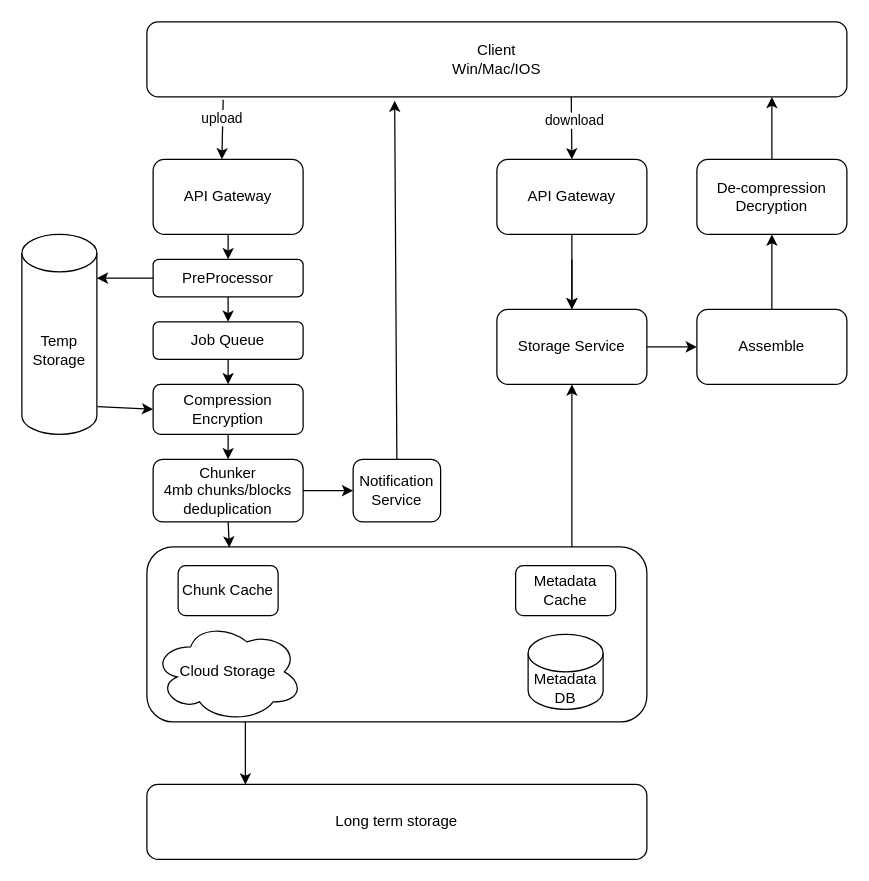
This is GoogleDrive.drawio from xwq172677170/SysdDiagram, a draw.io file, before an edit. Source tidied: cells renumbered, new cells numbered last; positions are measured from the earlier drawing's top-left corner, leaving out a move shared by most shapes. Both pictures are drawn from the tidied source at 125%, with x=0, y=0 at pixel (21, 21).
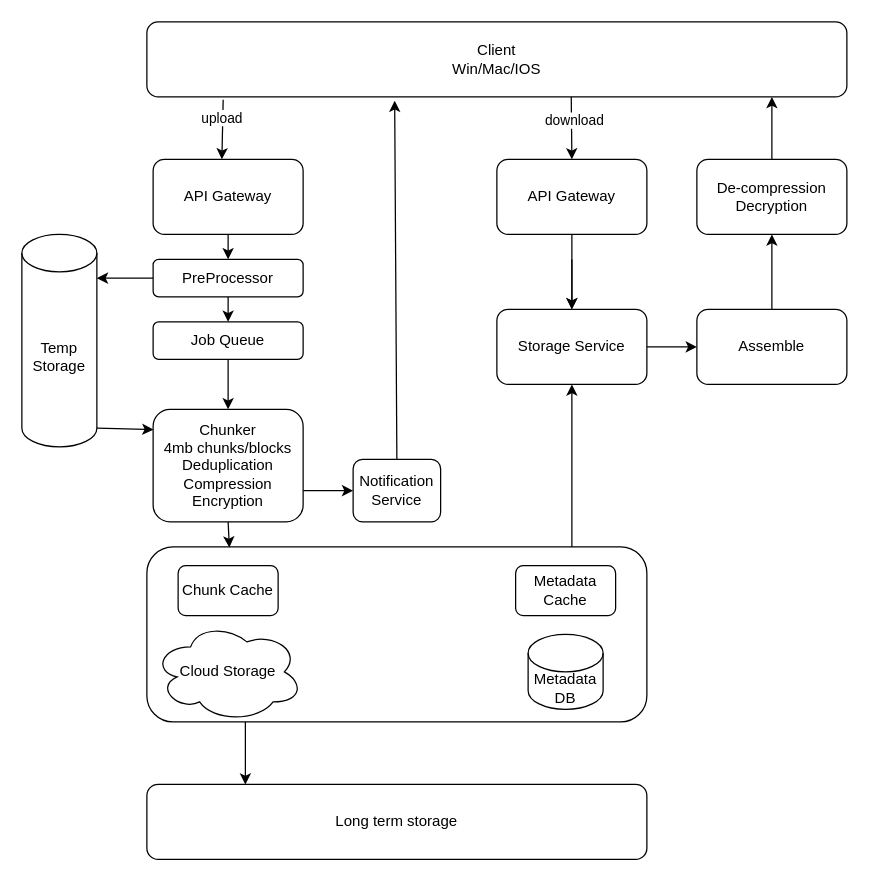
After the change.

The change refers to these unchanged cells:
```xml
<mxCell id="13" style="rounded=1;whiteSpace=wrap;html=1;" parent="1" vertex="1">
  <mxGeometry x="100" y="420" width="400" height="140" as="geometry" />
</mxCell>
<mxCell id="19" value="Notification Service" style="rounded=1;whiteSpace=wrap;html=1;" parent="1" vertex="1">
  <mxGeometry x="265" y="350" width="70" height="50" as="geometry" />
</mxCell>
```

Change to the diagram source:
```diff
@@
-    <mxCell id="6" value="Chunker&lt;br&gt;4mb chunks/blocks&lt;br&gt;deduplication" style="rounded=1;whiteSpace=wrap;html=1;" parent="1" vertex="1">
-      <mxGeometry x="105" y="350" width="120" height="50" as="geometry" />
-    </mxCell>
@@
-    <mxCell id="12" style="endArrow=classic;html=1;rounded=0;entryX=0.5;entryY=0;entryDx=0;entryDy=0;" parent="1" edge="1" source="33" target="6">
-      <mxGeometry relative="1" as="geometry" />
-    </mxCell>
@@
-    <mxCell id="16" style="endArrow=classic;html=1;rounded=0;exitX=0.5;exitY=1;exitDx=0;exitDy=0;entryX=0.165;entryY=0.004;entryDx=0;entryDy=0;entryPerimeter=0;" parent="1" edge="1" source="6" target="13">
-      <mxGeometry relative="1" as="geometry" />
+    <mxCell id="16" style="endArrow=classic;html=1;rounded=0;exitX=0.5;exitY=1;exitDx=0;exitDy=0;entryX=0.165;entryY=0.004;entryDx=0;entryDy=0;entryPerimeter=0;" parent="1" edge="1" target="13">
+      <mxGeometry relative="1" as="geometry">
+        <mxPoint x="165" y="400" as="sourcePoint" />
+      </mxGeometry>
     </mxCell>
@@
-    <mxCell id="20" style="endArrow=classic;html=1;rounded=0;exitX=1;exitY=0.5;exitDx=0;exitDy=0;entryX=0;entryY=0.5;entryDx=0;entryDy=0;" parent="1" edge="1" source="6" target="19">
-      <mxGeometry relative="1" as="geometry" />
+    <mxCell id="20" style="endArrow=classic;html=1;rounded=0;exitX=1;exitY=0.5;exitDx=0;exitDy=0;entryX=0;entryY=0.5;entryDx=0;entryDy=0;" parent="1" edge="1" target="19">
+      <mxGeometry relative="1" as="geometry">
+        <mxPoint x="225" y="375" as="sourcePoint" />
+      </mxGeometry>
     </mxCell>
@@
-    <mxCell id="33" value="Compression&lt;br&gt;Encryption" style="rounded=1;whiteSpace=wrap;html=1;" parent="1" vertex="1">
-      <mxGeometry x="105" y="290" width="120" height="40" as="geometry" />
+    <mxCell id="33" value="Chunker&lt;br style=&quot;border-color: var(--border-color);&quot;&gt;4mb chunks/blocks&lt;br style=&quot;border-color: var(--border-color);&quot;&gt;Deduplication&lt;br&gt;Compression&lt;br&gt;Encryption" style="rounded=1;whiteSpace=wrap;html=1;" parent="1" vertex="1">
+      <mxGeometry x="105" y="310" width="120" height="90" as="geometry" />
     </mxCell>
@@
     <mxCell id="35" value="Temp Storage" style="shape=cylinder3;whiteSpace=wrap;html=1;boundedLbl=1;backgroundOutline=1;size=15;" parent="1" vertex="1">
-      <mxGeometry y="170" width="60" height="160" as="geometry" />
+      <mxGeometry y="170" width="60" height="170" as="geometry" />
     </mxCell>
@@
-    <mxCell id="39" style="endArrow=classic;html=1;rounded=0;exitX=1.007;exitY=0.861;exitDx=0;exitDy=0;exitPerimeter=0;entryX=0;entryY=0.5;entryDx=0;entryDy=0;" parent="1" edge="1" source="35" target="33">
+    <mxCell id="39" style="endArrow=classic;html=1;rounded=0;exitX=1;exitY=1;exitDx=0;exitDy=-15;exitPerimeter=0;entryX=0.002;entryY=0.18;entryDx=0;entryDy=0;entryPerimeter=0;" parent="1" edge="1" source="35" target="33">
       <mxGeometry relative="1" as="geometry" />
     </mxCell>
```
